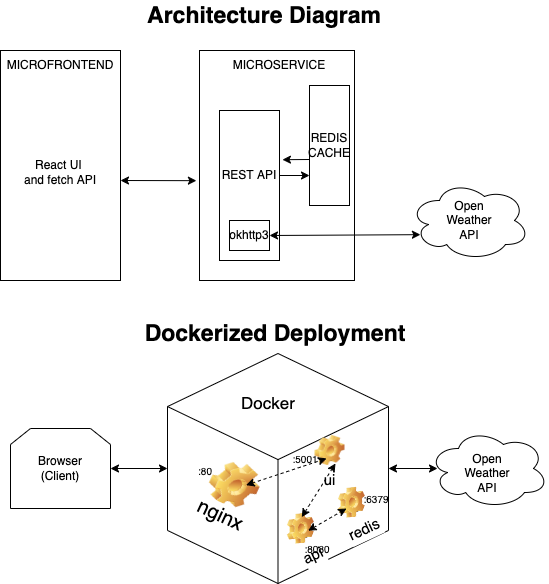
This is architecture.png from aa-tt/weather-prediction, a draw.io export, as it was before one commit. Source tidied: cells renumbered, new cells last; positions are measured from the earlier drawing's top-left corner, leaving out a move shared by most shapes.
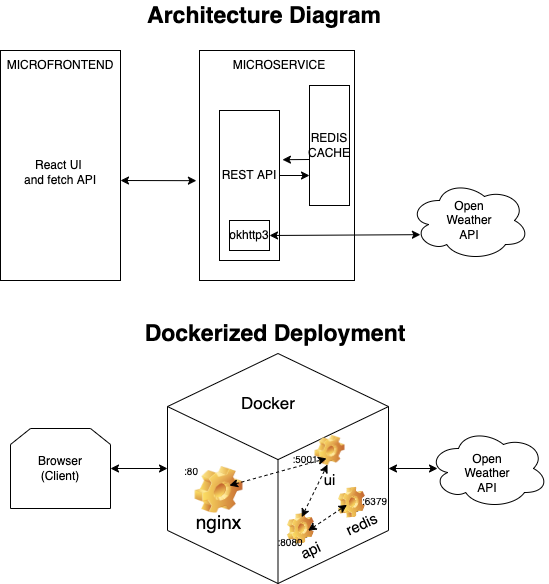
The same file after the commit.

Commit message:
architecture diagram

The edit, as a diff of the source:
```diff
@@ -57,8 +57,8 @@
     <mxCell id="18" style="html=1;whiteSpace=wrap;shape=isoCube2;backgroundOutline=1;isoAngle=15;" parent="1" vertex="1">
       <mxGeometry x="167" y="353" width="221" height="230" as="geometry" />
     </mxCell>
-    <mxCell id="19" value="nginx" style="icon;image=img/clipart/Gear_128x128.png;fontColor=default;fontSize=20;rotation=25;" parent="1" vertex="1">
-      <mxGeometry x="223.5" y="474.8" width="21" height="20" as="geometry" />
+    <mxCell id="19" value="nginx" style="icon;image=img/clipart/Gear_128x128.png;fontColor=default;fontSize=19;rotation=0;" parent="1" vertex="1">
+      <mxGeometry x="208" y="480" width="21" height="20" as="geometry" />
     </mxCell>
     <mxCell id="20" value="Docker" style="text;html=1;strokeColor=none;fillColor=none;align=center;verticalAlign=middle;whiteSpace=wrap;rounded=0;fontSize=17;" parent="1" vertex="1">
       <mxGeometry x="238" y="388" width="60" height="30" as="geometry" />
@@ -66,23 +66,23 @@
     <mxCell id="21" value="ui" style="icon;image=img/clipart/Gear_128x128.png;fontColor=default;fontSize=15;imageWidth=30;imageHeight=30;" parent="1" vertex="1">
       <mxGeometry x="324" y="440" width="11" height="20" as="geometry" />
     </mxCell>
-    <mxCell id="22" value="api" style="icon;image=img/clipart/Gear_128x128.png;fontColor=default;fontSize=15;arcSize=0;imageWidth=30;imageHeight=30;rotation=335;" parent="1" vertex="1">
+    <mxCell id="22" value="api" style="icon;image=img/clipart/Gear_128x128.png;fontColor=default;fontSize=15;arcSize=0;imageWidth=30;imageHeight=30;rotation=335;verticalAlign=middle;" parent="1" vertex="1">
       <mxGeometry x="295" y="518" width="11" height="20" as="geometry" />
     </mxCell>
-    <mxCell id="23" value="redis" style="icon;image=img/clipart/Gear_128x128.png;fontColor=default;fontSize=15;arcSize=0;imageWidth=30;imageHeight=30;rotation=335;" parent="1" vertex="1">
+    <mxCell id="23" value="redis" style="icon;image=img/clipart/Gear_128x128.png;fontColor=default;fontSize=15;arcSize=0;imageWidth=30;imageHeight=30;rotation=335;verticalAlign=middle;" parent="1" vertex="1">
       <mxGeometry x="346" y="492" width="11" height="20" as="geometry" />
     </mxCell>
     <mxCell id="24" value=":5001" style="text;html=1;strokeColor=none;fillColor=none;align=center;verticalAlign=middle;whiteSpace=wrap;rounded=0;fontSize=10;fontColor=default;" parent="1" vertex="1">
       <mxGeometry x="275" y="448" width="60" height="20" as="geometry" />
     </mxCell>
     <mxCell id="25" value=":8080" style="text;html=1;strokeColor=none;fillColor=none;align=center;verticalAlign=middle;whiteSpace=wrap;rounded=0;fontSize=10;fontColor=default;" parent="1" vertex="1">
-      <mxGeometry x="287" y="538" width="60" height="20" as="geometry" />
+      <mxGeometry x="271" y="533" width="38" height="16" as="geometry" />
     </mxCell>
     <mxCell id="26" value=":6379" style="text;html=1;strokeColor=none;fillColor=none;align=center;verticalAlign=middle;whiteSpace=wrap;rounded=0;fontSize=10;fontColor=default;" parent="1" vertex="1">
-      <mxGeometry x="346" y="488" width="60" height="20" as="geometry" />
+      <mxGeometry x="359" y="492" width="31" height="16" as="geometry" />
     </mxCell>
     <mxCell id="27" value=":80" style="text;html=1;strokeColor=none;fillColor=none;align=center;verticalAlign=middle;whiteSpace=wrap;rounded=0;fontSize=10;fontColor=default;" parent="1" vertex="1">
-      <mxGeometry x="175" y="460" width="60" height="20" as="geometry" />
+      <mxGeometry x="175" y="460" width="32" height="20" as="geometry" />
     </mxCell>
     <mxCell id="28" style="endArrow=classic;startArrow=classic;html=1;fontSize=10;fontColor=default;exitX=1;exitY=0.5;exitDx=0;exitDy=0;entryX=0;entryY=0.5;entryDx=0;entryDy=0;entryPerimeter=0;" parent="1" edge="1" source="17" target="18">
       <mxGeometry relative="1" as="geometry" />
@@ -90,11 +90,13 @@
     <mxCell id="29" style="endArrow=classic;startArrow=classic;html=1;fontSize=10;fontColor=default;exitX=1;exitY=0.25;exitDx=0;exitDy=0;entryX=0.85;entryY=0.5;entryDx=0;entryDy=0;entryPerimeter=0;dashed=1;" parent="1" edge="1" source="19" target="24">
       <mxGeometry relative="1" as="geometry" />
     </mxCell>
-    <mxCell id="30" style="endArrow=classic;startArrow=classic;html=1;fontSize=10;fontColor=default;exitX=1;exitY=0.75;exitDx=0;exitDy=0;entryX=0;entryY=1;entryDx=0;entryDy=0;dashed=1;" parent="1" edge="1" source="22" target="26">
+    <mxCell id="30" style="endArrow=classic;startArrow=classic;html=1;fontSize=10;fontColor=default;exitX=1;exitY=0.75;exitDx=0;exitDy=0;entryX=0;entryY=0.5;entryDx=0;entryDy=0;dashed=1;" parent="1" edge="1" source="22" target="23">
       <mxGeometry relative="1" as="geometry" />
     </mxCell>
-    <mxCell id="31" style="endArrow=classic;startArrow=classic;html=1;fontSize=10;fontColor=default;exitX=1;exitY=0;exitDx=0;exitDy=0;entryX=1;entryY=0.75;entryDx=0;entryDy=0;dashed=1;" parent="1" edge="1" source="22" target="24">
-      <mxGeometry relative="1" as="geometry" />
+    <mxCell id="31" style="endArrow=classic;startArrow=classic;html=1;fontSize=10;fontColor=default;exitX=1;exitY=0;exitDx=0;exitDy=0;dashed=1;" parent="1" edge="1" source="22">
+      <mxGeometry relative="1" as="geometry">
+        <mxPoint x="327" y="464" as="targetPoint" />
+      </mxGeometry>
     </mxCell>
     <mxCell id="32" style="ellipse;shape=cloud;whiteSpace=wrap;html=1;" parent="1" vertex="1">
       <mxGeometry x="428" y="428" width="120" height="80" as="geometry" />
```
